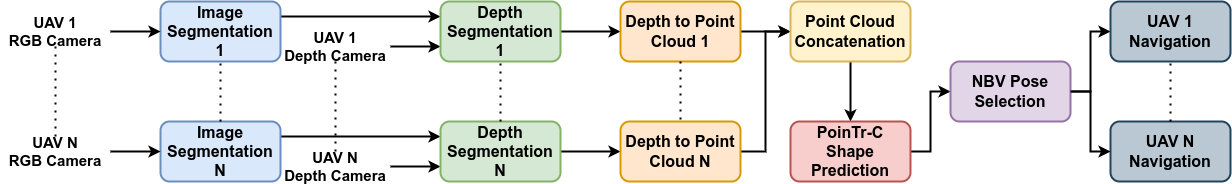
Above: projects/MAPNBV/static/images/mapnbv.png in raaslab/raaslab.github.io (draw.io), before the change. Source tidied: cells renumbered, new cells last; positions are measured from the earlier drawing's top-left corner, leaving out a move shared by most shapes. Source of this version:
```xml
<mxGraphModel>
  <root>
    <mxCell id="0" />
    <mxCell id="1" parent="0" />
    <mxCell id="2" style="edgeStyle=orthogonalEdgeStyle;rounded=0;jettySize=auto;html=1;entryX=0;entryY=0.25;entryDx=0;entryDy=0;exitX=1;exitY=0.25;exitDx=0;exitDy=0;strokeWidth=2;" parent="1" edge="1" source="3" target="17">
      <mxGeometry relative="1" as="geometry" />
    </mxCell>
    <mxCell id="3" value="&lt;b&gt;&lt;font style=&quot;font-size: 16px;&quot;&gt;Image Segmentation 1&lt;/font&gt;&lt;/b&gt;" style="rounded=1;whiteSpace=wrap;html=1;strokeWidth=2;fillColor=#dae8fc;strokeColor=#6c8ebf;" parent="1" vertex="1">
      <mxGeometry x="160" width="120" height="60" as="geometry" />
    </mxCell>
    <mxCell id="4" style="edgeStyle=orthogonalEdgeStyle;rounded=0;jettySize=auto;html=1;exitX=1;exitY=0.25;exitDx=0;exitDy=0;entryX=0;entryY=0.25;entryDx=0;entryDy=0;strokeWidth=2;" parent="1" edge="1" source="5" target="19">
      <mxGeometry relative="1" as="geometry" />
    </mxCell>
    <mxCell id="5" value="&lt;b&gt;&lt;font style=&quot;font-size: 16px;&quot;&gt;Image Segmentation N&lt;/font&gt;&lt;/b&gt;" style="rounded=1;whiteSpace=wrap;html=1;strokeWidth=2;fillColor=#dae8fc;strokeColor=#6c8ebf;" parent="1" vertex="1">
      <mxGeometry x="160" y="120" width="120" height="60" as="geometry" />
    </mxCell>
    <mxCell id="6" style="endArrow=none;dashed=1;html=1;dashPattern=1 3;strokeWidth=2;rounded=0;exitX=0.5;exitY=0;exitDx=0;exitDy=0;entryX=0.5;entryY=1;entryDx=0;entryDy=0;" parent="1" edge="1" source="5" target="3">
      <mxGeometry relative="1" as="geometry" />
    </mxCell>
    <mxCell id="7" style="edgeStyle=orthogonalEdgeStyle;rounded=0;jettySize=auto;html=1;strokeWidth=2;" parent="1" edge="1" source="8" target="3">
      <mxGeometry relative="1" as="geometry" />
    </mxCell>
    <mxCell id="8" value="&lt;b&gt;&lt;font style=&quot;font-size: 15px;&quot;&gt;UAV 1&lt;br&gt;RGB Camera&lt;/font&gt;&lt;/b&gt;" style="text;html=1;strokeColor=none;fillColor=none;align=center;verticalAlign=middle;whiteSpace=wrap;rounded=0;" parent="1" vertex="1">
      <mxGeometry y="15" width="110" height="30" as="geometry" />
    </mxCell>
    <mxCell id="9" style="edgeStyle=orthogonalEdgeStyle;rounded=0;jettySize=auto;html=1;entryX=0;entryY=0.5;entryDx=0;entryDy=0;strokeWidth=2;" parent="1" edge="1" source="10" target="5">
      <mxGeometry relative="1" as="geometry" />
    </mxCell>
    <mxCell id="10" value="&lt;b&gt;&lt;font style=&quot;font-size: 15px;&quot;&gt;UAV N&lt;br&gt;RGB Camera&lt;/font&gt;&lt;/b&gt;" style="text;html=1;strokeColor=none;fillColor=none;align=center;verticalAlign=middle;whiteSpace=wrap;rounded=0;" parent="1" vertex="1">
      <mxGeometry y="135" width="110" height="30" as="geometry" />
    </mxCell>
    <mxCell id="11" style="endArrow=none;dashed=1;html=1;dashPattern=1 3;strokeWidth=2;rounded=0;exitX=0.5;exitY=0;exitDx=0;exitDy=0;entryX=0.5;entryY=1;entryDx=0;entryDy=0;" parent="1" edge="1" source="10" target="8">
      <mxGeometry relative="1" as="geometry" />
    </mxCell>
    <mxCell id="12" style="edgeStyle=orthogonalEdgeStyle;rounded=0;jettySize=auto;html=1;entryX=0;entryY=0.75;entryDx=0;entryDy=0;strokeWidth=2;" parent="1" edge="1" source="13" target="17">
      <mxGeometry relative="1" as="geometry" />
    </mxCell>
    <mxCell id="13" value="&lt;b&gt;&lt;font style=&quot;font-size: 15px;&quot;&gt;UAV 1&lt;br&gt;Depth Camera&lt;/font&gt;&lt;/b&gt;" style="text;html=1;strokeColor=none;fillColor=none;align=center;verticalAlign=middle;whiteSpace=wrap;rounded=0;" parent="1" vertex="1">
      <mxGeometry x="280" y="30" width="110" height="30" as="geometry" />
    </mxCell>
    <mxCell id="14" style="edgeStyle=orthogonalEdgeStyle;rounded=0;jettySize=auto;html=1;entryX=0;entryY=0.75;entryDx=0;entryDy=0;strokeWidth=2;" parent="1" edge="1" source="15" target="19">
      <mxGeometry relative="1" as="geometry" />
    </mxCell>
    <mxCell id="15" value="&lt;b&gt;&lt;font style=&quot;font-size: 15px;&quot;&gt;UAV N&lt;br&gt;Depth Camera&lt;/font&gt;&lt;/b&gt;" style="text;html=1;strokeColor=none;fillColor=none;align=center;verticalAlign=middle;whiteSpace=wrap;rounded=0;" parent="1" vertex="1">
      <mxGeometry x="280" y="150" width="110" height="30" as="geometry" />
    </mxCell>
    <mxCell id="16" style="edgeStyle=orthogonalEdgeStyle;rounded=0;jettySize=auto;html=1;entryX=0;entryY=0.5;entryDx=0;entryDy=0;strokeWidth=2;" parent="1" edge="1" source="17" target="23">
      <mxGeometry relative="1" as="geometry" />
    </mxCell>
    <mxCell id="17" value="&lt;b&gt;&lt;font style=&quot;font-size: 16px;&quot;&gt;Depth Segmentation 1&lt;/font&gt;&lt;/b&gt;" style="rounded=1;whiteSpace=wrap;html=1;strokeWidth=2;fillColor=#d5e8d4;strokeColor=#82b366;" parent="1" vertex="1">
      <mxGeometry x="440" width="120" height="60" as="geometry" />
    </mxCell>
    <mxCell id="18" style="edgeStyle=orthogonalEdgeStyle;rounded=0;jettySize=auto;html=1;strokeWidth=2;" parent="1" edge="1" source="19" target="25">
      <mxGeometry relative="1" as="geometry" />
    </mxCell>
    <mxCell id="19" value="&lt;b&gt;&lt;font style=&quot;font-size: 16px;&quot;&gt;Depth Segmentation N&lt;/font&gt;&lt;/b&gt;" style="rounded=1;whiteSpace=wrap;html=1;strokeWidth=2;fillColor=#d5e8d4;strokeColor=#82b366;" parent="1" vertex="1">
      <mxGeometry x="440" y="120" width="120" height="60" as="geometry" />
    </mxCell>
    <mxCell id="20" style="endArrow=none;dashed=1;html=1;dashPattern=1 3;strokeWidth=2;rounded=0;exitX=0.5;exitY=0;exitDx=0;exitDy=0;entryX=0.5;entryY=1;entryDx=0;entryDy=0;" parent="1" edge="1" source="19" target="17">
      <mxGeometry relative="1" as="geometry" />
    </mxCell>
    <mxCell id="21" style="endArrow=none;dashed=1;html=1;dashPattern=1 3;strokeWidth=2;rounded=0;exitX=0.5;exitY=0;exitDx=0;exitDy=0;entryX=0.5;entryY=1;entryDx=0;entryDy=0;" parent="1" edge="1" source="15" target="13">
      <mxGeometry relative="1" as="geometry" />
    </mxCell>
    <mxCell id="22" style="edgeStyle=orthogonalEdgeStyle;rounded=0;jettySize=auto;html=1;strokeWidth=2;" parent="1" edge="1" source="23" target="28">
      <mxGeometry relative="1" as="geometry" />
    </mxCell>
    <mxCell id="23" value="&lt;b&gt;&lt;font style=&quot;font-size: 16px;&quot;&gt;Depth to Point Cloud 1&lt;/font&gt;&lt;/b&gt;" style="rounded=1;whiteSpace=wrap;html=1;strokeWidth=2;fillColor=#ffe6cc;strokeColor=#d79b00;" parent="1" vertex="1">
      <mxGeometry x="620" width="120" height="60" as="geometry" />
    </mxCell>
    <mxCell id="24" style="edgeStyle=orthogonalEdgeStyle;rounded=0;jettySize=auto;html=1;entryX=0;entryY=0.5;entryDx=0;entryDy=0;strokeWidth=2;" parent="1" edge="1" source="25" target="28">
      <mxGeometry relative="1" as="geometry" />
    </mxCell>
    <mxCell id="25" value="&lt;b&gt;&lt;font style=&quot;font-size: 16px;&quot;&gt;Depth to Point Cloud N&lt;/font&gt;&lt;/b&gt;" style="rounded=1;whiteSpace=wrap;html=1;strokeWidth=2;fillColor=#ffe6cc;strokeColor=#d79b00;" parent="1" vertex="1">
      <mxGeometry x="620" y="120" width="120" height="60" as="geometry" />
    </mxCell>
    <mxCell id="26" style="endArrow=none;dashed=1;html=1;dashPattern=1 3;strokeWidth=2;rounded=0;exitX=0.5;exitY=1;exitDx=0;exitDy=0;entryX=0.5;entryY=0;entryDx=0;entryDy=0;" parent="1" edge="1" source="23" target="25">
      <mxGeometry relative="1" as="geometry" />
    </mxCell>
    <mxCell id="27" style="edgeStyle=orthogonalEdgeStyle;rounded=0;jettySize=auto;html=1;entryX=0.5;entryY=0;entryDx=0;entryDy=0;strokeWidth=2;" parent="1" edge="1" source="28" target="30">
      <mxGeometry relative="1" as="geometry" />
    </mxCell>
    <mxCell id="28" value="&lt;b&gt;&lt;font style=&quot;font-size: 16px;&quot;&gt;Point Cloud Concatenation&lt;/font&gt;&lt;/b&gt;" style="rounded=1;whiteSpace=wrap;html=1;strokeWidth=2;fillColor=#fff2cc;strokeColor=#d6b656;" parent="1" vertex="1">
      <mxGeometry x="790" width="120" height="60" as="geometry" />
    </mxCell>
    <mxCell id="29" style="edgeStyle=orthogonalEdgeStyle;rounded=0;jettySize=auto;html=1;entryX=0;entryY=0.5;entryDx=0;entryDy=0;strokeWidth=2;" parent="1" edge="1" source="30" target="32">
      <mxGeometry relative="1" as="geometry" />
    </mxCell>
    <mxCell id="30" value="&lt;b&gt;&lt;font style=&quot;font-size: 16px;&quot;&gt;PoinTr-C Shape Prediction&lt;/font&gt;&lt;/b&gt;" style="rounded=1;whiteSpace=wrap;html=1;strokeWidth=2;fillColor=#f8cecc;strokeColor=#b85450;" parent="1" vertex="1">
      <mxGeometry x="790" y="120" width="120" height="60" as="geometry" />
    </mxCell>
    <mxCell id="31" style="edgeStyle=orthogonalEdgeStyle;rounded=0;jettySize=auto;html=1;entryX=0;entryY=0.5;entryDx=0;entryDy=0;strokeWidth=2;" parent="1" edge="1" source="32" target="33">
      <mxGeometry relative="1" as="geometry" />
    </mxCell>
    <mxCell id="32" value="&lt;b&gt;&lt;font style=&quot;font-size: 16px;&quot;&gt;NBV Pose Selection&lt;/font&gt;&lt;/b&gt;" style="rounded=1;whiteSpace=wrap;html=1;strokeWidth=2;fillColor=#e1d5e7;strokeColor=#9673a6;" parent="1" vertex="1">
      <mxGeometry x="950" y="60" width="120" height="60" as="geometry" />
    </mxCell>
    <mxCell id="33" value="&lt;b&gt;&lt;font style=&quot;font-size: 16px;&quot;&gt;UAV 1 Navigation&lt;/font&gt;&lt;/b&gt;" style="rounded=1;whiteSpace=wrap;html=1;strokeWidth=2;fillColor=#bac8d3;strokeColor=#23445d;" parent="1" vertex="1">
      <mxGeometry x="1110" width="120" height="60" as="geometry" />
    </mxCell>
    <mxCell id="34" value="&lt;b&gt;&lt;font style=&quot;font-size: 16px;&quot;&gt;UAV N Navigation&lt;/font&gt;&lt;/b&gt;" style="rounded=1;whiteSpace=wrap;html=1;strokeWidth=2;fillColor=#bac8d3;strokeColor=#23445d;" parent="1" vertex="1">
      <mxGeometry x="1110" y="120" width="120" height="60" as="geometry" />
    </mxCell>
    <mxCell id="35" style="endArrow=none;dashed=1;html=1;dashPattern=1 3;strokeWidth=2;rounded=0;exitX=0.5;exitY=0;exitDx=0;exitDy=0;entryX=0.5;entryY=1;entryDx=0;entryDy=0;" parent="1" edge="1" source="34" target="33">
      <mxGeometry relative="1" as="geometry" />
    </mxCell>
    <mxCell id="36" style="endArrow=classic;html=1;rounded=0;exitX=1;exitY=0.5;exitDx=0;exitDy=0;entryX=0;entryY=0.5;entryDx=0;entryDy=0;strokeWidth=2;" parent="1" edge="1" source="32" target="34">
      <mxGeometry relative="1" as="geometry">
        <Array as="points">
          <mxPoint x="1090" y="90" />
          <mxPoint x="1090" y="150" />
        </Array>
      </mxGeometry>
    </mxCell>
  </root>
</mxGraphModel>
```
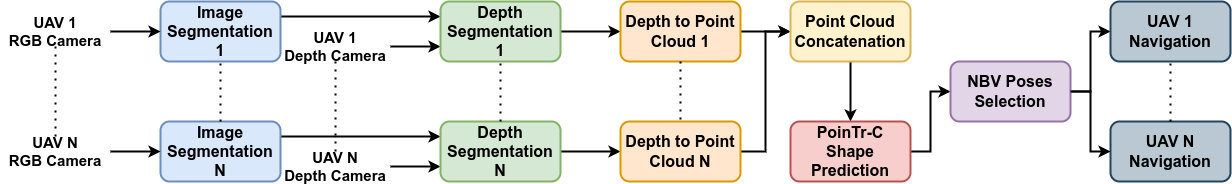
After the commit.

Commit message:
changed image to say nbv poses

What changed in the source:
```diff
@@ -92,7 +92,7 @@
     <mxCell id="31" style="edgeStyle=orthogonalEdgeStyle;rounded=0;jettySize=auto;html=1;entryX=0;entryY=0.5;entryDx=0;entryDy=0;strokeWidth=2;" parent="1" edge="1" source="32" target="33">
       <mxGeometry relative="1" as="geometry" />
     </mxCell>
-    <mxCell id="32" value="&lt;b&gt;&lt;font style=&quot;font-size: 16px;&quot;&gt;NBV Pose Selection&lt;/font&gt;&lt;/b&gt;" style="rounded=1;whiteSpace=wrap;html=1;strokeWidth=2;fillColor=#e1d5e7;strokeColor=#9673a6;" parent="1" vertex="1">
+    <mxCell id="32" value="&lt;b&gt;&lt;font style=&quot;font-size: 16px;&quot;&gt;NBV Poses Selection&lt;/font&gt;&lt;/b&gt;" style="rounded=1;whiteSpace=wrap;html=1;strokeWidth=2;fillColor=#e1d5e7;strokeColor=#9673a6;" parent="1" vertex="1">
       <mxGeometry x="950" y="60" width="120" height="60" as="geometry" />
     </mxCell>
     <mxCell id="33" value="&lt;b&gt;&lt;font style=&quot;font-size: 16px;&quot;&gt;UAV 1 Navigation&lt;/font&gt;&lt;/b&gt;" style="rounded=1;whiteSpace=wrap;html=1;strokeWidth=2;fillColor=#bac8d3;strokeColor=#23445d;" parent="1" vertex="1">
```
